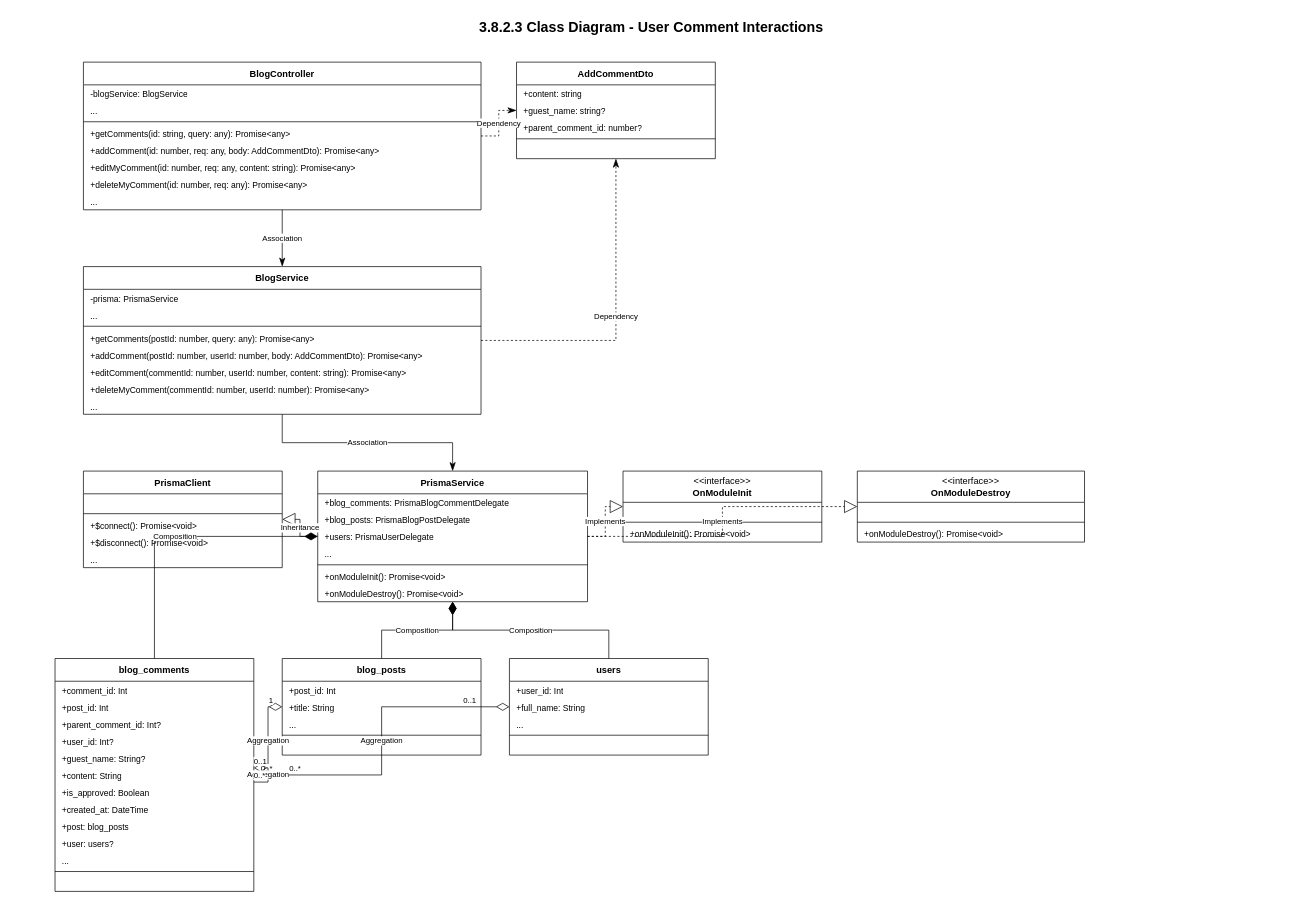
The draw.io diagram page "User Comment Interactions" (4 of 5) of blog_all_class_diagrams.drawio in CuongBC195/class-diagram-donation-blood, before the edit. Source tidied: cells renumbered, new cells numbered last; positions are measured from the earlier drawing's top-left corner, leaving out a move shared by most shapes. Both pictures are drawn from the tidied source at 71%, with x=0, y=0 at pixel (12, 12).
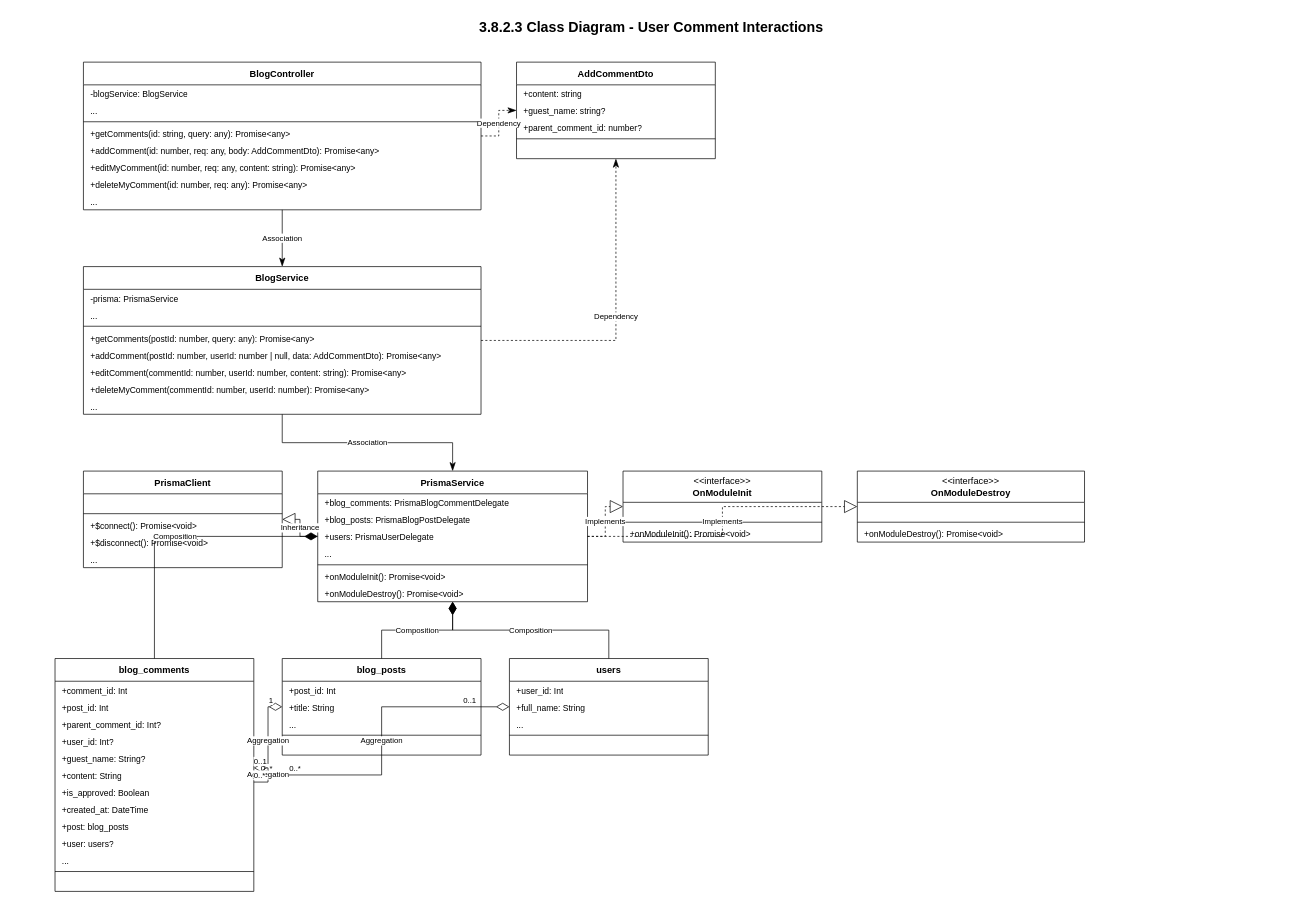
After the change.

The change refers to these unchanged cells:
```xml
<mxCell id="18" value="&lt;b&gt;BlogService&lt;/b&gt;" style="swimlane;fontStyle=0;horizontal=1;startSize=32;whiteSpace=wrap;html=1;fillColor=#ffffff;strokeColor=#000000;swimlaneFillColor=#ffffff;fontColor=#000000;fontFamily=Arial;fontSize=13;" parent="1" vertex="1">
  <mxGeometry x="100" y="358" width="560" height="208" as="geometry" />
</mxCell>
```

Change to the diagram source:
```diff
@@
-    <mxCell id="23" value="+addComment(postId: number, userId: number, body: AddCommentDto): Promise&amp;lt;any&amp;gt;" style="text;strokeColor=none;fillColor=none;align=left;verticalAlign=top;spacingLeft=8;spacingRight=8;overflow=hidden;whiteSpace=wrap;html=1;fontFamily=Arial;fontSize=12;fontColor=#000000;" parent="18" vertex="1">
+    <mxCell id="23" value="+addComment(postId: number, userId: number | null, data: AddCommentDto): Promise&amp;lt;any&amp;gt;" style="text;strokeColor=none;fillColor=none;align=left;verticalAlign=top;spacingLeft=8;spacingRight=8;overflow=hidden;whiteSpace=wrap;html=1;fontFamily=Arial;fontSize=12;fontColor=#000000;" parent="18" vertex="1">
       <mxGeometry y="112" width="560" height="24" as="geometry" />
     </mxCell>
```
